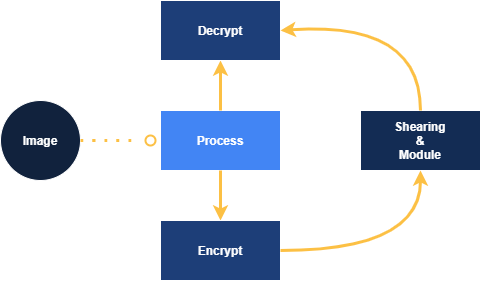
The draw.io diagram Flowchart.png in mulirow/seminario-avlc, before a commit. Source tidied: cells renumbered, new cells last; positions are measured from the earlier drawing's top-left corner, leaving out a move shared by most shapes.
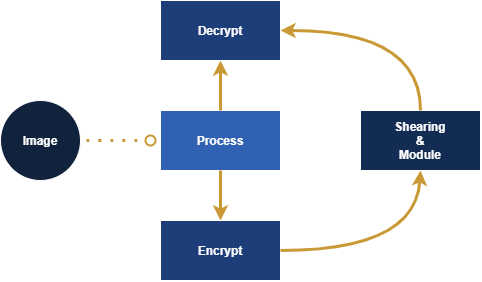
The same file after the commit.

Commit message:
Agora vai disgraçaa

Change to the diagram source:
```diff
@@ -5,15 +5,15 @@
     <mxCell id="2" value="&lt;h4&gt;&lt;font color=&quot;#ffffff&quot;&gt;Image&lt;/font&gt;&lt;/h4&gt;" style="ellipse;whiteSpace=wrap;html=1;fillColor=#11223D;strokeColor=#FFFFFF;" parent="1" vertex="1">
       <mxGeometry y="100" width="80" height="80" as="geometry" />
     </mxCell>
-    <mxCell id="3" value="&lt;h4&gt;&lt;font color=&quot;#ffffff&quot;&gt;Process&lt;/font&gt;&lt;/h4&gt;" style="shape=process;whiteSpace=wrap;html=1;backgroundOutline=1;gradientColor=none;size=0;fillColor=#4285f4;strokeColor=#FFFFFF;" parent="1" vertex="1">
+    <mxCell id="3" value="&lt;h4&gt;&lt;font color=&quot;#ffffff&quot;&gt;Process&lt;/font&gt;&lt;/h4&gt;" style="shape=process;whiteSpace=wrap;html=1;backgroundOutline=1;gradientColor=none;size=0;strokeColor=#FFFFFF;fillColor=#3061B3;" parent="1" vertex="1">
       <mxGeometry x="160" y="110" width="120" height="60" as="geometry" />
     </mxCell>
-    <mxCell id="4" style="edgeStyle=orthogonalEdgeStyle;jettySize=auto;html=1;fillColor=#f8cecc;strokeColor=#FCC044;exitX=0.5;exitY=1;exitDx=0;exitDy=0;strokeWidth=3;curved=1;" parent="1" edge="1" source="3">
+    <mxCell id="4" style="edgeStyle=orthogonalEdgeStyle;jettySize=auto;html=1;fillColor=#f8cecc;exitX=0.5;exitY=1;exitDx=0;exitDy=0;strokeWidth=3;curved=1;strokeColor=#C99936;" parent="1" edge="1" source="3">
       <mxGeometry relative="1" as="geometry">
         <mxPoint x="220" y="220" as="targetPoint" />
       </mxGeometry>
     </mxCell>
-    <mxCell id="5" style="edgeStyle=orthogonalEdgeStyle;jettySize=auto;html=1;fillColor=#f8cecc;strokeColor=#FCC044;exitX=0.5;exitY=0;exitDx=0;exitDy=0;strokeWidth=3;curved=1;" parent="1" edge="1" source="3">
+    <mxCell id="5" style="edgeStyle=orthogonalEdgeStyle;jettySize=auto;html=1;fillColor=#f8cecc;exitX=0.5;exitY=0;exitDx=0;exitDy=0;strokeWidth=3;curved=1;strokeColor=#C99936;" parent="1" edge="1" source="3">
       <mxGeometry relative="1" as="geometry">
         <mxPoint x="220" y="60" as="targetPoint" />
       </mxGeometry>
@@ -27,28 +27,29 @@
     <mxCell id="8" value="&lt;h4&gt;&lt;font color=&quot;#ffffff&quot;&gt;Shearing&lt;br&gt;&amp;amp;&lt;br&gt;Module&lt;/font&gt;&lt;/h4&gt;" style="shape=process;whiteSpace=wrap;html=1;backgroundOutline=1;gradientColor=none;size=0;fillColor=#132C54;strokeColor=#FFFFFF;" parent="1" vertex="1">
       <mxGeometry x="360" y="110" width="120" height="60" as="geometry" />
     </mxCell>
-    <mxCell id="9" style="endArrow=classic;html=1;strokeColor=#FCC044;entryX=0.5;entryY=1;entryDx=0;entryDy=0;exitX=1;exitY=0.5;exitDx=0;exitDy=0;strokeWidth=3;curved=1;" parent="1" edge="1" source="6" target="8">
+    <mxCell id="9" style="endArrow=classic;html=1;entryX=0.5;entryY=1;entryDx=0;entryDy=0;exitX=1;exitY=0.5;exitDx=0;exitDy=0;strokeWidth=3;curved=1;strokeColor=#C99936;" parent="1" edge="1" source="6" target="8">
       <mxGeometry relative="1" as="geometry">
         <Array as="points">
-          <mxPoint x="420" y="250" />
+          <mxPoint x="415" y="250" />
         </Array>
       </mxGeometry>
     </mxCell>
-    <mxCell id="10" style="endArrow=classic;html=1;strokeColor=#FCC044;exitX=0.5;exitY=0;exitDx=0;exitDy=0;entryX=1;entryY=0.5;entryDx=0;entryDy=0;strokeWidth=3;curved=1;" parent="1" edge="1" source="8" target="7">
+    <mxCell id="10" style="endArrow=classic;html=1;exitX=0.5;exitY=0;exitDx=0;exitDy=0;entryX=1;entryY=0.5;entryDx=0;entryDy=0;strokeWidth=3;curved=1;strokeColor=#C99936;" parent="1" edge="1" source="8" target="7">
       <mxGeometry relative="1" as="geometry">
         <Array as="points">
-          <mxPoint x="420" y="20" />
+          <mxPoint x="420" y="30" />
         </Array>
       </mxGeometry>
     </mxCell>
-    <mxCell id="11" style="ellipse;whiteSpace=wrap;html=1;gradientColor=none;strokeColor=#FCC044;fillColor=none;strokeWidth=2;" parent="1" vertex="1">
+    <mxCell id="11" style="ellipse;whiteSpace=wrap;html=1;gradientColor=none;fillColor=none;strokeWidth=2;strokeColor=#C99936;" parent="1" vertex="1">
       <mxGeometry x="145" y="135" width="10" height="10" as="geometry" />
     </mxCell>
-    <mxCell id="12" style="endArrow=none;dashed=1;html=1;dashPattern=1 3;strokeWidth=3;strokeColor=#FCC044;curved=1;" parent="1" edge="1" source="2">
+    <mxCell id="12" style="endArrow=none;dashed=1;html=1;dashPattern=1 3;strokeWidth=3;curved=1;strokeColor=#C99936;" parent="1" edge="1">
       <mxGeometry relative="1" as="geometry">
-        <mxPoint x="140" y="140" as="targetPoint" />
+        <mxPoint x="86" y="140" as="sourcePoint" />
+        <mxPoint x="146" y="140" as="targetPoint" />
         <Array as="points">
-          <mxPoint x="140" y="140" />
+          <mxPoint x="146" y="140" />
         </Array>
       </mxGeometry>
     </mxCell>
```
